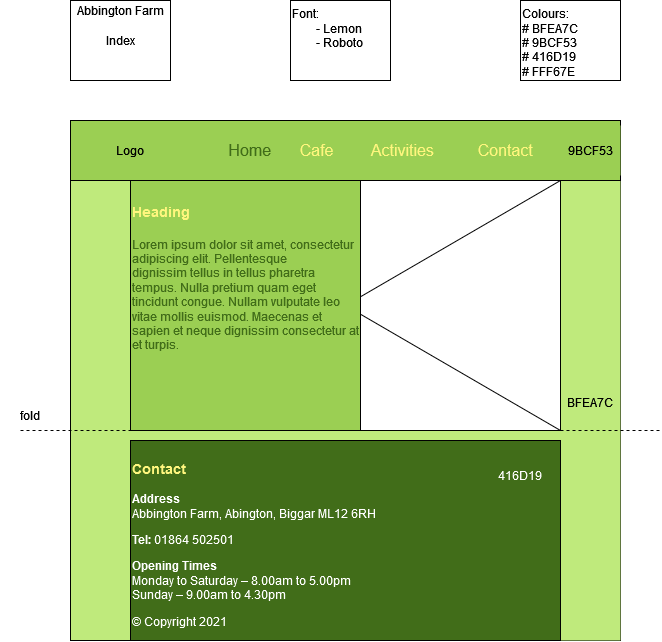
G-Siu/100DaysOfCode keeps this draw.io diagram as GCC Software Development/Web Course/Assignment/Task 1/Index.png. Above is the earlier version. Source tidied: cells renumbered, new cells last; positions are measured from the earlier drawing's top-left corner, leaving out a move shared by most shapes. Its diagram source:
```xml
<mxGraphModel>
  <root>
    <mxCell id="0" />
    <mxCell id="1" parent="0" />
    <mxCell id="2" value="Font:&lt;br&gt;&lt;span style=&quot;white-space: pre;&quot;&gt;&#9;&lt;/span&gt;- Lemon&lt;br&gt;&lt;span style=&quot;white-space: pre;&quot;&gt;&#9;&lt;/span&gt;- Roboto" style="rounded=0;whiteSpace=wrap;html=1;align=left;verticalAlign=top;fontStyle=0;" parent="1" vertex="1">
      <mxGeometry x="290" width="100" height="80" as="geometry" />
    </mxCell>
    <mxCell id="3" value="Colours:&lt;span style=&quot;&quot;&gt; &lt;br&gt;# BFEA7C&lt;br&gt;# 9BCF53&lt;br&gt;# 416D19&lt;br&gt;# FFF67E&lt;br&gt;&lt;/span&gt;" style="rounded=0;whiteSpace=wrap;html=1;align=left;verticalAlign=top;fontStyle=0;" parent="1" vertex="1">
      <mxGeometry x="520" width="100" height="80" as="geometry" />
    </mxCell>
    <mxCell id="4" style="group;" parent="1" vertex="1">
      <mxGeometry x="70" width="100" height="80" as="geometry" />
    </mxCell>
    <mxCell id="5" value="Index" style="rounded=0;whiteSpace=wrap;html=1;align=center;verticalAlign=middle;" parent="4" vertex="1">
      <mxGeometry width="100" height="80" as="geometry" />
    </mxCell>
    <mxCell id="6" value="Abbington Farm" style="rounded=0;whiteSpace=wrap;html=1;strokeColor=none;fillColor=none;" parent="4" vertex="1">
      <mxGeometry x="5" width="90" height="20" as="geometry" />
    </mxCell>
    <mxCell id="7" style="rounded=0;whiteSpace=wrap;html=1;" parent="1" vertex="1">
      <mxGeometry x="70" y="120" width="550" height="490" as="geometry" />
    </mxCell>
    <mxCell id="8" style="rounded=0;whiteSpace=wrap;html=1;strokeColor=#000000;fillColor=#BFEA7C;" parent="1" vertex="1">
      <mxGeometry x="70" y="180" width="550" height="460" as="geometry" />
    </mxCell>
    <mxCell id="9" value="B&lt;span style=&quot;&quot;&gt;FEA7C&lt;/span&gt;&lt;div&gt;&lt;br/&gt;&lt;/div&gt;" style="rounded=0;whiteSpace=wrap;html=1;fillColor=#BFEA7C;strokeColor=none;" parent="1" vertex="1">
      <mxGeometry x="560" y="180" width="60" height="460" as="geometry" />
    </mxCell>
    <mxCell id="10" value="&lt;div align=&quot;left&quot; style=&quot;font-size: 16px;&quot;&gt;&lt;font color=&quot;#fff67e&quot; style=&quot;font-size: 16px;&quot;&gt;&lt;span style=&quot;white-space: pre;&quot;&gt;&#9;&lt;/span&gt;&lt;span style=&quot;white-space: pre;&quot;&gt;&#9;&lt;/span&gt;&lt;/font&gt;&lt;font style=&quot;font-size: 16px;&quot;&gt;Home&lt;/font&gt;&lt;font color=&quot;#fff67e&quot; style=&quot;font-size: 16px;&quot;&gt; &lt;span style=&quot;white-space: pre;&quot;&gt;&#9;&lt;/span&gt;Cafe &lt;span style=&quot;white-space: pre;&quot;&gt;&#9;&lt;/span&gt;Activities &lt;span style=&quot;white-space: pre;&quot;&gt;&#9;&lt;/span&gt;Contact&lt;br style=&quot;font-size: 16px;&quot;&gt;&lt;/font&gt;&lt;/div&gt;" style="rounded=0;whiteSpace=wrap;html=1;fillColor=#9BCF53;fontSize=16;fontColor=#416D19;" parent="1" vertex="1">
      <mxGeometry x="70" y="120" width="550" height="60" as="geometry" />
    </mxCell>
    <mxCell id="11" value="Logo" style="rounded=0;whiteSpace=wrap;html=1;strokeColor=none;fillColor=none;" parent="1" vertex="1">
      <mxGeometry x="70" y="120" width="120" height="60" as="geometry" />
    </mxCell>
    <mxCell id="12" style="rounded=0;whiteSpace=wrap;html=1;" parent="1" vertex="1">
      <mxGeometry x="130" y="180" width="430" height="250" as="geometry" />
    </mxCell>
    <mxCell id="13" style="endArrow=none;html=1;rounded=0;entryX=1;entryY=1;entryDx=0;entryDy=0;exitX=0;exitY=0;exitDx=0;exitDy=0;" parent="1" edge="1" source="12" target="12">
      <mxGeometry relative="1" as="geometry" />
    </mxCell>
    <mxCell id="14" style="endArrow=none;html=1;rounded=0;entryX=1;entryY=0;entryDx=0;entryDy=0;exitX=0;exitY=1;exitDx=0;exitDy=0;" parent="1" edge="1" source="12" target="12">
      <mxGeometry relative="1" as="geometry" />
    </mxCell>
    <mxCell id="15" style="endArrow=none;dashed=1;html=1;rounded=0;" parent="1" edge="1">
      <mxGeometry relative="1" as="geometry">
        <mxPoint x="20" y="430" as="sourcePoint" />
        <mxPoint x="660" y="430" as="targetPoint" />
      </mxGeometry>
    </mxCell>
    <mxCell id="16" value="fold" style="rounded=0;whiteSpace=wrap;html=1;strokeColor=none;fillColor=none;" parent="1" vertex="1">
      <mxGeometry y="400" width="60" height="30" as="geometry" />
    </mxCell>
    <mxCell id="17" value="&lt;font color=&quot;#fff67e&quot; size=&quot;1&quot;&gt;&lt;b style=&quot;font-size: 14px;&quot;&gt;&lt;br&gt;Heading&lt;br&gt;&lt;br&gt;&lt;/b&gt;&lt;/font&gt;&lt;font color=&quot;#416d19&quot;&gt;Lorem ipsum dolor sit amet, consectetur adipiscing elit. Pellentesque &lt;br&gt;dignissim tellus in tellus pharetra tempus. Nulla pretium quam eget &lt;br&gt;tincidunt congue. Nullam vulputate leo vitae mollis euismod. Maecenas et&lt;br&gt; sapien et neque dignissim consectetur at et turpis. &lt;br&gt;&lt;/font&gt;&lt;div&gt;&lt;br&gt;&lt;/div&gt;" style="rounded=0;whiteSpace=wrap;html=1;verticalAlign=top;align=left;fillColor=#9BCF53;" parent="1" vertex="1">
      <mxGeometry x="130" y="180" width="230" height="250" as="geometry" />
    </mxCell>
    <mxCell id="18" value="&lt;h3&gt;&lt;font color=&quot;#fff67e&quot;&gt;Contact&lt;/font&gt;&lt;/h3&gt;&lt;p&gt;&lt;font color=&quot;#ffffff&quot;&gt;&lt;strong&gt;Address&lt;br&gt;&lt;/strong&gt;Abbington Farm, Abington, Biggar ML12 6RH&lt;/font&gt;&lt;/p&gt;&lt;p&gt;&lt;font color=&quot;#ffffff&quot;&gt;&lt;strong&gt;Tel:&lt;/strong&gt; 01864 502501&lt;/font&gt;&lt;/p&gt;&lt;p&gt;&lt;font color=&quot;#ffffff&quot;&gt;&lt;strong&gt;Opening Times&lt;br&gt;&lt;/strong&gt;Monday to Saturday – 8.00am to 5.00pm&lt;br&gt;Sunday – 9.00am to 4.30pm&lt;/font&gt;&lt;/p&gt;&lt;p&gt;&lt;font color=&quot;#ffffff&quot;&gt;© Copyright 2021&lt;/font&gt;&lt;/p&gt;" style="rounded=0;whiteSpace=wrap;html=1;verticalAlign=top;align=left;fillColor=#416D19;" parent="1" vertex="1">
      <mxGeometry x="130" y="440" width="430" height="200" as="geometry" />
    </mxCell>
    <mxCell id="19" value="9BCF53" style="rounded=0;whiteSpace=wrap;html=1;fillColor=#9BCF53;strokeColor=none;" parent="1" vertex="1">
      <mxGeometry x="560" y="125" width="60" height="50" as="geometry" />
    </mxCell>
    <mxCell id="20" value="&lt;font color=&quot;#ffffff&quot;&gt;416D19&lt;/font&gt;" style="rounded=0;whiteSpace=wrap;html=1;fillColor=#416D19;strokeColor=none;" parent="1" vertex="1">
      <mxGeometry x="490" y="450" width="60" height="50" as="geometry" />
    </mxCell>
  </root>
</mxGraphModel>
```
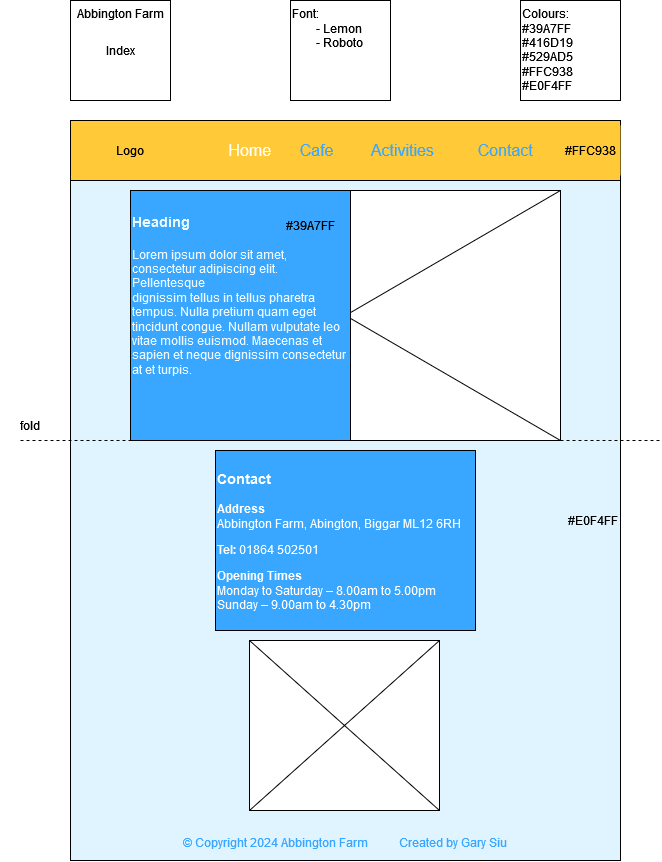
After the commit.

Change to the diagram source:
```diff
@@ -3,64 +3,79 @@
     <mxCell id="0" />
     <mxCell id="1" parent="0" />
     <mxCell id="2" value="Font:&lt;br&gt;&lt;span style=&quot;white-space: pre;&quot;&gt;&#9;&lt;/span&gt;- Lemon&lt;br&gt;&lt;span style=&quot;white-space: pre;&quot;&gt;&#9;&lt;/span&gt;- Roboto" style="rounded=0;whiteSpace=wrap;html=1;align=left;verticalAlign=top;fontStyle=0;" parent="1" vertex="1">
-      <mxGeometry x="290" width="100" height="80" as="geometry" />
+      <mxGeometry x="290" width="100" height="100" as="geometry" />
     </mxCell>
-    <mxCell id="3" value="Colours:&lt;span style=&quot;&quot;&gt; &lt;br&gt;# BFEA7C&lt;br&gt;# 9BCF53&lt;br&gt;# 416D19&lt;br&gt;# FFF67E&lt;br&gt;&lt;/span&gt;" style="rounded=0;whiteSpace=wrap;html=1;align=left;verticalAlign=top;fontStyle=0;" parent="1" vertex="1">
-      <mxGeometry x="520" width="100" height="80" as="geometry" />
+    <mxCell id="3" value="Colours:&lt;span style=&quot;&quot;&gt; &lt;br&gt;#39A7FF&lt;br&gt;#416D19&lt;br&gt;#529AD5&lt;/span&gt;&lt;br&gt;#FFC938&lt;br&gt;#E0F4FF" style="rounded=0;whiteSpace=wrap;html=1;align=left;verticalAlign=top;fontStyle=0;" parent="1" vertex="1">
+      <mxGeometry x="520" width="100" height="100" as="geometry" />
     </mxCell>
     <mxCell id="4" style="group;" parent="1" vertex="1">
-      <mxGeometry x="70" width="100" height="80" as="geometry" />
+      <mxGeometry x="70" width="100" height="100" as="geometry" />
     </mxCell>
     <mxCell id="5" value="Index" style="rounded=0;whiteSpace=wrap;html=1;align=center;verticalAlign=middle;" parent="4" vertex="1">
-      <mxGeometry width="100" height="80" as="geometry" />
+      <mxGeometry width="100" height="100" as="geometry" />
     </mxCell>
     <mxCell id="6" value="Abbington Farm" style="rounded=0;whiteSpace=wrap;html=1;strokeColor=none;fillColor=none;" parent="4" vertex="1">
-      <mxGeometry x="5" width="90" height="20" as="geometry" />
+      <mxGeometry x="5" width="90" height="25" as="geometry" />
     </mxCell>
     <mxCell id="7" style="rounded=0;whiteSpace=wrap;html=1;" parent="1" vertex="1">
       <mxGeometry x="70" y="120" width="550" height="490" as="geometry" />
     </mxCell>
-    <mxCell id="8" style="rounded=0;whiteSpace=wrap;html=1;strokeColor=#000000;fillColor=#BFEA7C;" parent="1" vertex="1">
-      <mxGeometry x="70" y="180" width="550" height="460" as="geometry" />
+    <mxCell id="8" value="#E0F4FF" style="rounded=0;whiteSpace=wrap;html=1;strokeColor=#000000;fillColor=#E0F4FF;align=right;" parent="1" vertex="1">
+      <mxGeometry x="70" y="180" width="550" height="680" as="geometry" />
     </mxCell>
-    <mxCell id="9" value="B&lt;span style=&quot;&quot;&gt;FEA7C&lt;/span&gt;&lt;div&gt;&lt;br/&gt;&lt;/div&gt;" style="rounded=0;whiteSpace=wrap;html=1;fillColor=#BFEA7C;strokeColor=none;" parent="1" vertex="1">
-      <mxGeometry x="560" y="180" width="60" height="460" as="geometry" />
-    </mxCell>
-    <mxCell id="10" value="&lt;div align=&quot;left&quot; style=&quot;font-size: 16px;&quot;&gt;&lt;font color=&quot;#fff67e&quot; style=&quot;font-size: 16px;&quot;&gt;&lt;span style=&quot;white-space: pre;&quot;&gt;&#9;&lt;/span&gt;&lt;span style=&quot;white-space: pre;&quot;&gt;&#9;&lt;/span&gt;&lt;/font&gt;&lt;font style=&quot;font-size: 16px;&quot;&gt;Home&lt;/font&gt;&lt;font color=&quot;#fff67e&quot; style=&quot;font-size: 16px;&quot;&gt; &lt;span style=&quot;white-space: pre;&quot;&gt;&#9;&lt;/span&gt;Cafe &lt;span style=&quot;white-space: pre;&quot;&gt;&#9;&lt;/span&gt;Activities &lt;span style=&quot;white-space: pre;&quot;&gt;&#9;&lt;/span&gt;Contact&lt;br style=&quot;font-size: 16px;&quot;&gt;&lt;/font&gt;&lt;/div&gt;" style="rounded=0;whiteSpace=wrap;html=1;fillColor=#9BCF53;fontSize=16;fontColor=#416D19;" parent="1" vertex="1">
+    <mxCell id="10" value="&lt;div align=&quot;left&quot; style=&quot;font-size: 16px;&quot;&gt;&lt;font color=&quot;#39a7ff&quot; style=&quot;font-size: 16px;&quot;&gt;&lt;span style=&quot;white-space: pre;&quot;&gt;&#9;&lt;/span&gt;&lt;span style=&quot;white-space: pre;&quot;&gt;&#9;&lt;/span&gt;&lt;/font&gt;&lt;font color=&quot;#ffffff&quot; style=&quot;font-size: 16px;&quot;&gt;Home&lt;/font&gt;&lt;font color=&quot;#ff9038&quot; style=&quot;font-size: 16px;&quot;&gt; &lt;span style=&quot;white-space: pre;&quot;&gt;&#9;&lt;/span&gt;&lt;/font&gt;&lt;font color=&quot;#39a7ff&quot; style=&quot;font-size: 16px;&quot;&gt;Cafe &lt;span style=&quot;white-space: pre;&quot;&gt;&#9;&lt;/span&gt;Activities &lt;span style=&quot;white-space: pre;&quot;&gt;&#9;&lt;/span&gt;Contact&lt;br style=&quot;font-size: 16px;&quot;&gt;&lt;/font&gt;&lt;/div&gt;" style="rounded=0;whiteSpace=wrap;html=1;fillColor=#FFC938;fontSize=16;fontColor=#416D19;" parent="1" vertex="1">
       <mxGeometry x="70" y="120" width="550" height="60" as="geometry" />
     </mxCell>
     <mxCell id="11" value="Logo" style="rounded=0;whiteSpace=wrap;html=1;strokeColor=none;fillColor=none;" parent="1" vertex="1">
       <mxGeometry x="70" y="120" width="120" height="60" as="geometry" />
     </mxCell>
+    <mxCell id="15" style="endArrow=none;dashed=1;html=1;rounded=0;" parent="1" edge="1">
+      <mxGeometry relative="1" as="geometry">
+        <mxPoint x="20" y="440" as="sourcePoint" />
+        <mxPoint x="660" y="440" as="targetPoint" />
+      </mxGeometry>
+    </mxCell>
+    <mxCell id="16" value="fold" style="rounded=0;whiteSpace=wrap;html=1;strokeColor=none;fillColor=none;" parent="1" vertex="1">
+      <mxGeometry y="410" width="60" height="30" as="geometry" />
+    </mxCell>
+    <mxCell id="21" style="group;" parent="1" vertex="1">
+      <mxGeometry x="130" y="190" width="430" height="250" as="geometry" />
+    </mxCell>
-    <mxCell id="12" style="rounded=0;whiteSpace=wrap;html=1;" parent="1" vertex="1">
-      <mxGeometry x="130" y="180" width="430" height="250" as="geometry" />
+    <mxCell id="12" style="rounded=0;whiteSpace=wrap;html=1;" parent="21" vertex="1">
+      <mxGeometry width="430" height="250" as="geometry" />
     </mxCell>
-    <mxCell id="13" style="endArrow=none;html=1;rounded=0;entryX=1;entryY=1;entryDx=0;entryDy=0;exitX=0;exitY=0;exitDx=0;exitDy=0;" parent="1" edge="1" source="12" target="12">
+    <mxCell id="13" style="endArrow=none;html=1;rounded=0;entryX=1;entryY=1;entryDx=0;entryDy=0;exitX=0;exitY=0;exitDx=0;exitDy=0;" parent="21" edge="1" source="12" target="12">
       <mxGeometry relative="1" as="geometry" />
     </mxCell>
-    <mxCell id="14" style="endArrow=none;html=1;rounded=0;entryX=1;entryY=0;entryDx=0;entryDy=0;exitX=0;exitY=1;exitDx=0;exitDy=0;" parent="1" edge="1" source="12" target="12">
+    <mxCell id="14" style="endArrow=none;html=1;rounded=0;entryX=1;entryY=0;entryDx=0;entryDy=0;exitX=0;exitY=1;exitDx=0;exitDy=0;" parent="21" edge="1" source="12" target="12">
       <mxGeometry relative="1" as="geometry" />
     </mxCell>
-    <mxCell id="15" style="endArrow=none;dashed=1;html=1;rounded=0;" parent="1" edge="1">
-      <mxGeometry relative="1" as="geometry">
-        <mxPoint x="20" y="430" as="sourcePoint" />
-        <mxPoint x="660" y="430" as="targetPoint" />
-      </mxGeometry>
-    </mxCell>
-    <mxCell id="16" value="fold" style="rounded=0;whiteSpace=wrap;html=1;strokeColor=none;fillColor=none;" parent="1" vertex="1">
-      <mxGeometry y="400" width="60" height="30" as="geometry" />
-    </mxCell>
-    <mxCell id="17" value="&lt;font color=&quot;#fff67e&quot; size=&quot;1&quot;&gt;&lt;b style=&quot;font-size: 14px;&quot;&gt;&lt;br&gt;Heading&lt;br&gt;&lt;br&gt;&lt;/b&gt;&lt;/font&gt;&lt;font color=&quot;#416d19&quot;&gt;Lorem ipsum dolor sit amet, consectetur adipiscing elit. Pellentesque &lt;br&gt;dignissim tellus in tellus pharetra tempus. Nulla pretium quam eget &lt;br&gt;tincidunt congue. Nullam vulputate leo vitae mollis euismod. Maecenas et&lt;br&gt; sapien et neque dignissim consectetur at et turpis. &lt;br&gt;&lt;/font&gt;&lt;div&gt;&lt;br&gt;&lt;/div&gt;" style="rounded=0;whiteSpace=wrap;html=1;verticalAlign=top;align=left;fillColor=#9BCF53;" parent="1" vertex="1">
-      <mxGeometry x="130" y="180" width="230" height="250" as="geometry" />
+    <mxCell id="17" value="&lt;font color=&quot;#ecf9ff&quot; size=&quot;1&quot;&gt;&lt;b style=&quot;font-size: 14px;&quot;&gt;&lt;br&gt;&lt;/b&gt;&lt;/font&gt;&lt;font color=&quot;#ecf9ff&quot; size=&quot;1&quot;&gt;&lt;b style=&quot;font-size: 14px;&quot;&gt;Heading&lt;/b&gt;&lt;/font&gt;&lt;font color=&quot;#ecf9ff&quot; size=&quot;1&quot;&gt;&lt;b style=&quot;font-size: 14px;&quot;&gt;&lt;br&gt;&lt;br&gt;&lt;/b&gt;&lt;/font&gt;&lt;font color=&quot;#ecf9ff&quot;&gt;Lorem ipsum dolor sit amet, consectetur adipiscing elit. Pellentesque &lt;br&gt;dignissim tellus in tellus pharetra tempus. Nulla pretium quam eget &lt;br&gt;tincidunt congue. Nullam vulputate leo vitae mollis euismod. Maecenas et&lt;br&gt; sapien et neque dignissim consectetur at et turpis. &lt;br&gt;&lt;/font&gt;" style="rounded=0;whiteSpace=wrap;html=1;verticalAlign=top;align=left;fillColor=#39A7FF;" parent="1" vertex="1">
+      <mxGeometry x="130" y="190" width="220" height="250" as="geometry" />
     </mxCell>
+    <mxCell id="19" value="#FFC938" style="rounded=0;whiteSpace=wrap;html=1;fillColor=#FFC938;strokeColor=none;" parent="1" vertex="1">
+      <mxGeometry x="560" y="125" width="60" height="50" as="geometry" />
+    </mxCell>
+    <mxCell id="22" value="&lt;h3&gt;&lt;font color=&quot;#ffffff&quot;&gt;Contact&lt;/font&gt;&lt;/h3&gt;&lt;p&gt;&lt;font color=&quot;#ffffff&quot;&gt;&lt;strong&gt;Address&lt;br&gt;&lt;/strong&gt;Abbington Farm, Abington, Biggar ML12 6RH&lt;/font&gt;&lt;/p&gt;&lt;p&gt;&lt;font color=&quot;#ffffff&quot;&gt;&lt;strong&gt;Tel:&lt;/strong&gt; 01864 502501&lt;/font&gt;&lt;/p&gt;&lt;p&gt;&lt;font color=&quot;#ffffff&quot;&gt;&lt;strong&gt;Opening Times&lt;br&gt;&lt;/strong&gt;Monday to Saturday – 8.00am to 5.00pm&lt;br&gt;Sunday – 9.00am to 4.30pm&lt;/font&gt;&lt;/p&gt;&lt;br&gt;&lt;div&gt;&lt;br&gt;&lt;/div&gt;" style="rounded=0;whiteSpace=wrap;html=1;verticalAlign=top;align=left;fillColor=#39A7FF;" parent="1" vertex="1">
+      <mxGeometry x="215" y="450" width="260" height="180" as="geometry" />
+    </mxCell>
+    <mxCell id="23" style="group;" parent="1" vertex="1">
+      <mxGeometry x="209" y="650" width="350" height="190" as="geometry" />
+    </mxCell>
+    <mxCell id="24" style="rounded=0;whiteSpace=wrap;html=1;" parent="23" vertex="1">
+      <mxGeometry x="40" y="-10" width="190" height="170" as="geometry" />
+    </mxCell>
+    <mxCell id="25" style="endArrow=none;html=1;rounded=0;entryX=1;entryY=1;entryDx=0;entryDy=0;exitX=0;exitY=0;exitDx=0;exitDy=0;" parent="23" edge="1" source="24" target="24">
+      <mxGeometry relative="1" as="geometry" />
+    </mxCell>
+    <mxCell id="26" style="endArrow=none;html=1;rounded=0;entryX=1;entryY=0;entryDx=0;entryDy=0;exitX=0;exitY=1;exitDx=0;exitDy=0;" parent="23" edge="1" source="24" target="24">
+      <mxGeometry relative="1" as="geometry" />
+    </mxCell>
-    <mxCell id="18" value="&lt;h3&gt;&lt;font color=&quot;#fff67e&quot;&gt;Contact&lt;/font&gt;&lt;/h3&gt;&lt;p&gt;&lt;font color=&quot;#ffffff&quot;&gt;&lt;strong&gt;Address&lt;br&gt;&lt;/strong&gt;Abbington Farm, Abington, Biggar ML12 6RH&lt;/font&gt;&lt;/p&gt;&lt;p&gt;&lt;font color=&quot;#ffffff&quot;&gt;&lt;strong&gt;Tel:&lt;/strong&gt; 01864 502501&lt;/font&gt;&lt;/p&gt;&lt;p&gt;&lt;font color=&quot;#ffffff&quot;&gt;&lt;strong&gt;Opening Times&lt;br&gt;&lt;/strong&gt;Monday to Saturday – 8.00am to 5.00pm&lt;br&gt;Sunday – 9.00am to 4.30pm&lt;/font&gt;&lt;/p&gt;&lt;p&gt;&lt;font color=&quot;#ffffff&quot;&gt;© Copyright 2021&lt;/font&gt;&lt;/p&gt;" style="rounded=0;whiteSpace=wrap;html=1;verticalAlign=top;align=left;fillColor=#416D19;" parent="1" vertex="1">
-      <mxGeometry x="130" y="440" width="430" height="200" as="geometry" />
+    <mxCell id="18" value="&lt;font color=&quot;#39a7ff&quot;&gt;&lt;br&gt;&lt;/font&gt;&lt;p&gt;&lt;font color=&quot;#39a7ff&quot;&gt;© Copyright 2024 Abbington Farm&lt;span style=&quot;white-space: pre;&quot;&gt;&#9;&lt;/span&gt;&lt;span style=&quot;white-space: pre;&quot;&gt;&#9;&lt;/span&gt;Created by Gary Siu&lt;br&gt;&lt;/font&gt;&lt;/p&gt;" style="rounded=0;whiteSpace=wrap;html=1;verticalAlign=middle;align=center;fillColor=#E0F4FF;strokeColor=none;" parent="1" vertex="1">
+      <mxGeometry x="130" y="820" width="430" height="30" as="geometry" />
     </mxCell>
-    <mxCell id="19" value="9BCF53" style="rounded=0;whiteSpace=wrap;html=1;fillColor=#9BCF53;strokeColor=none;" parent="1" vertex="1">
-      <mxGeometry x="560" y="125" width="60" height="50" as="geometry" />
-    </mxCell>
-    <mxCell id="20" value="&lt;font color=&quot;#ffffff&quot;&gt;416D19&lt;/font&gt;" style="rounded=0;whiteSpace=wrap;html=1;fillColor=#416D19;strokeColor=none;" parent="1" vertex="1">
-      <mxGeometry x="490" y="450" width="60" height="50" as="geometry" />
-    </mxCell>
+    <mxCell id="27" value="#39A7FF" style="rounded=0;whiteSpace=wrap;html=1;fillColor=#39A7FF;strokeColor=none;" parent="1" vertex="1">
+      <mxGeometry x="280" y="200" width="60" height="50" as="geometry" />
+    </mxCell>
   </root>
 </mxGraphModel>
```
